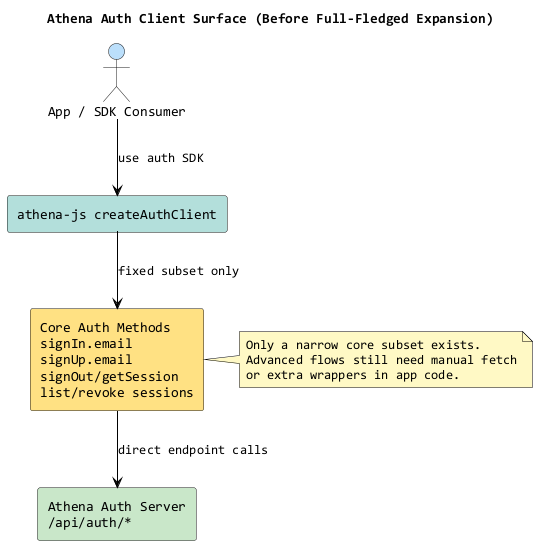
Before: architecture/auth-client-full-fledged-surface/before.png, a diagram exported from PlantUML (xylex-group/athena-js).
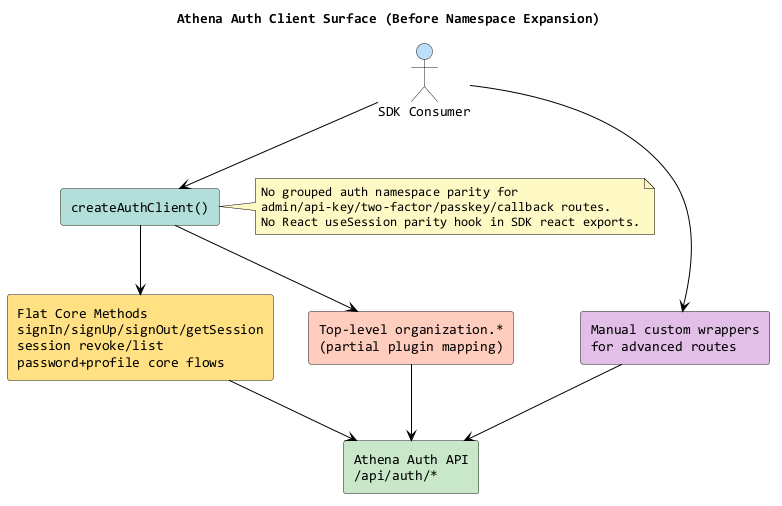
Later version of the same file.

Change to the diagram source:
```diff
@@ -1,5 +1,5 @@
 @startuml
-title Athena Auth Client Surface (Before Full-Fledged Expansion)
+title Athena Auth Client Surface (Before Namespace Expansion)
 skinparam backgroundColor #FFFFFF
 skinparam componentStyle rectangle
 skinparam ArrowColor #000000
@@ -8,18 +8,24 @@
 skinparam noteBackgroundColor #FFF9C4
 skinparam noteBorderColor #000000
 
-actor "App / SDK Consumer" as Consumer #BBDEFB
-component "athena-js createAuthClient" as AuthClient #B2DFDB
-component "Core Auth Methods\nsignIn.email\nsignUp.email\nsignOut/getSession\nlist/revoke sessions" as CoreMethods #FFE082
-component "Athena Auth Server\n/api/auth/*" as AuthServer #C8E6C9
+actor "SDK Consumer" as Consumer #BBDEFB
+component "createAuthClient()" as AuthClient #B2DFDB
+component "Flat Core Methods\nsignIn/signUp/signOut/getSession\nsession revoke/list\npassword+profile core flows" as CoreMethods #FFE082
+component "Top-level organization.*\n(partial plugin mapping)" as LegacyOrg #FFCCBC
+component "Manual custom wrappers\nfor advanced routes" as ManualWrappers #E1BEE7
+component "Athena Auth API\n/api/auth/*" as AuthServer #C8E6C9
 
-Consumer --> AuthClient : use auth SDK
-AuthClient --> CoreMethods : fixed subset only
-CoreMethods --> AuthServer : direct endpoint calls
+Consumer --> AuthClient
+AuthClient --> CoreMethods
+AuthClient --> LegacyOrg
+Consumer --> ManualWrappers
+ManualWrappers --> AuthServer
+CoreMethods --> AuthServer
+LegacyOrg --> AuthServer
 
-note right of CoreMethods
-Only a narrow core subset exists.
-Advanced flows still need manual fetch
-or extra wrappers in app code.
+note right of AuthClient
+No grouped auth namespace parity for
+admin/api-key/two-factor/passkey/callback routes.
+No React useSession parity hook in SDK react exports.
 end note
 @enduml
```
